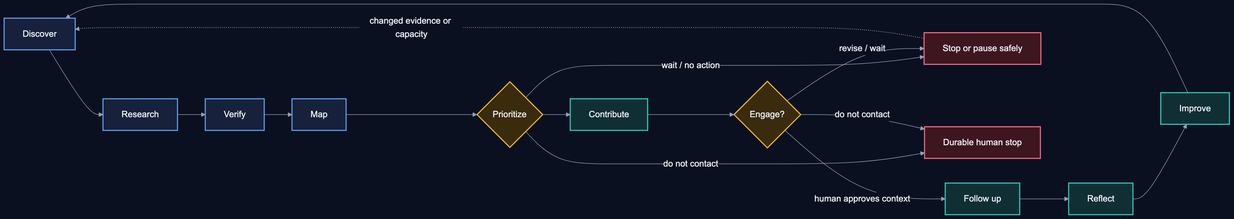
Before: visuals/exports/png/influence-lifecycle.png, a diagram exported from Mermaid (BradGroux/influence-operating-framework). Its source is kept beside it as visuals/source/influence-lifecycle.mmd. Source of this version:
```mermaid
flowchart LR
  D["Discover"] --> R["Research"] --> V["Verify"] --> M["Map"] --> P{"Prioritize"}
  P --> C["Contribute"] --> E{"Engage?"}
  E -->|"human approves context"| F["Follow up"] --> L["Reflect"] --> I["Improve"] --> D
  P -->|"wait / no action"| S["Stop or pause safely"]
  P -->|"do not contact"| X["Durable human stop"]
  E -->|"revise / wait"| S
  E -->|"do not contact"| X
  S -. "changed evidence or capacity" .-> D
  classDef evidence fill:#17213b,stroke:#60a5fa,color:#f5f7ff,stroke-width:2px;
  classDef constructive fill:#102f35,stroke:#2dd4bf,color:#f5f7ff,stroke-width:2px;
  classDef human fill:#3a2b0d,stroke:#fbbf24,color:#f5f7ff,stroke-width:2px;
  classDef stop fill:#3d1620,stroke:#fb7185,color:#f5f7ff,stroke-width:2px;
  class D,R,V,M evidence;
  class C,F,L,I constructive;
  class P,E human;
  class S,X stop;
```
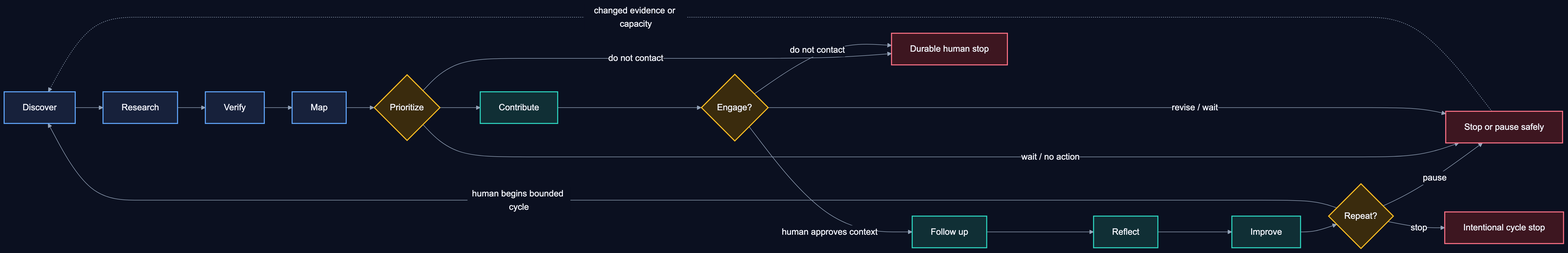
After the change.

The edit, as a diff of the source:
```diff
@@ -1,7 +1,10 @@
 flowchart LR
   D["Discover"] --> R["Research"] --> V["Verify"] --> M["Map"] --> P{"Prioritize"}
   P --> C["Contribute"] --> E{"Engage?"}
-  E -->|"human approves context"| F["Follow up"] --> L["Reflect"] --> I["Improve"] --> D
+  E -->|"human approves context"| F["Follow up"] --> L["Reflect"] --> I["Improve"] --> Q{"Repeat?"}
+  Q -->|"human begins bounded cycle"| D
+  Q -->|"pause"| S
+  Q -->|"stop"| T["Intentional cycle stop"]
   P -->|"wait / no action"| S["Stop or pause safely"]
   P -->|"do not contact"| X["Durable human stop"]
   E -->|"revise / wait"| S
@@ -13,5 +16,5 @@
   classDef stop fill:#3d1620,stroke:#fb7185,color:#f5f7ff,stroke-width:2px;
   class D,R,V,M evidence;
   class C,F,L,I constructive;
-  class P,E human;
-  class S,X stop;
+  class P,E,Q human;
+  class S,X,T stop;
```
